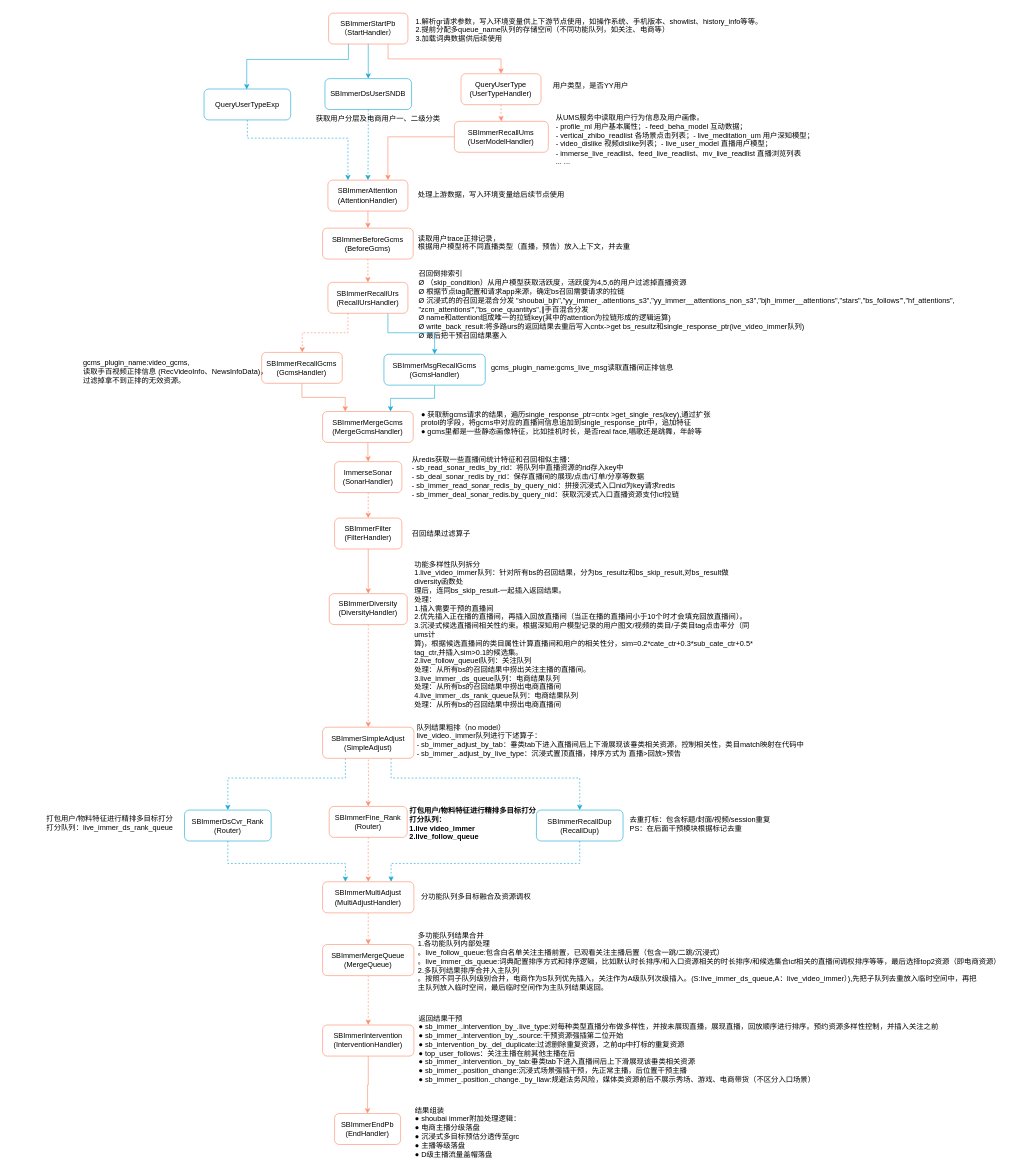
Earlier version of the draw.io diagram live_video_immer.flow.drawio (snorlaxse/draw.io). Source tidied: cells renumbered, new cells numbered last; positions are measured from the earlier drawing's top-left corner, leaving out a move shared by most shapes. Both pictures are drawn from the tidied source at 61%, with x=0, y=0 at pixel (45, 10).
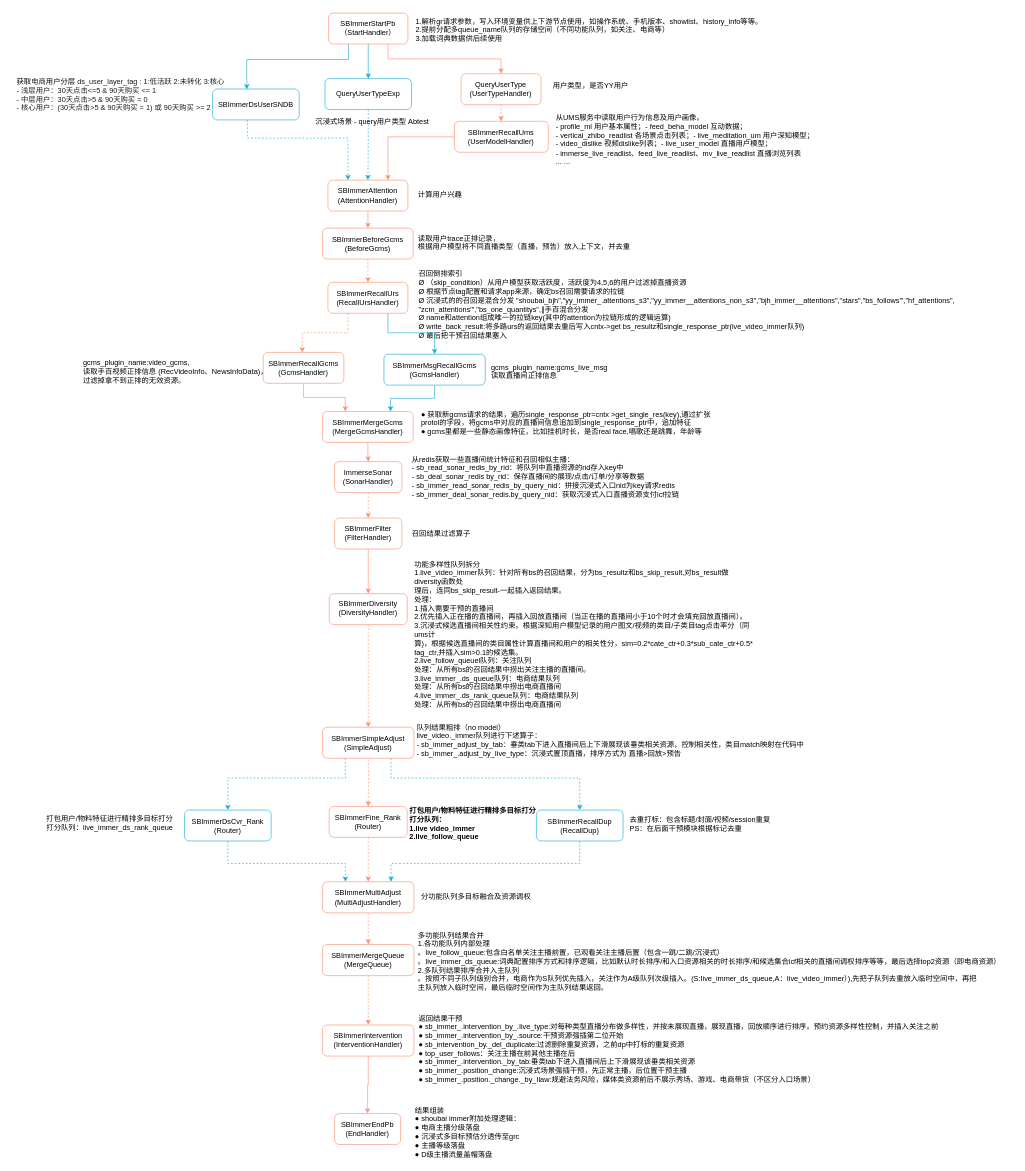
Above is the later version.

The edit, as a diff of the source:
```diff
@@
-    <mxCell id="5" value="处理上游数据，写入环境变量给后续节点使用" style="text;whiteSpace=wrap;" parent="1" vertex="1">
+    <mxCell id="5" value="计算用户兴趣" style="text;whiteSpace=wrap;" parent="1" vertex="1">
       <mxGeometry x="609" y="288" width="470" height="40" as="geometry" />
     </mxCell>
@@
     <mxCell id="24" value="SBImmerRecallGcms&lt;div&gt;(GcmsHandler)&lt;br&gt;&lt;/div&gt;" style="rounded=1;whiteSpace=wrap;html=1;strokeColor=#FC8D6A;" parent="1" vertex="1">
-      <mxGeometry x="354.4" y="560.2" width="132.2" height="50.7" as="geometry" />
+      <mxGeometry x="357" y="560.2" width="132.2" height="50.7" as="geometry" />
     </mxCell>
@@
-    <mxCell id="47" value="SBImmerDsUserSNDB" style="rounded=1;whiteSpace=wrap;html=1;strokeColor=#17AAD5;" parent="1" vertex="1">
+    <mxCell id="47" value="QueryUserTypeExp" style="rounded=1;whiteSpace=wrap;html=1;strokeColor=#17AAD5;" parent="1" vertex="1">
       <mxGeometry x="458.2" y="111.4" width="142" height="50.7" as="geometry" />
     </mxCell>
@@
-    <mxCell id="54" value="gcms_plugin_name:gcms_Iive_msg读取直播间正排信息" style="text;whiteSpace=wrap;" parent="1" vertex="1">
+    <mxCell id="54" value="gcms_plugin_name:gcms_Iive_msg&#10;读取直播间正排信息" style="text;whiteSpace=wrap;" parent="1" vertex="1">
       <mxGeometry x="729" y="571" width="330" height="40" as="geometry" />
     </mxCell>
@@
-    <mxCell id="69" value="QueryUserTypeExp" style="rounded=1;whiteSpace=wrap;html=1;strokeColor=#17AAD5;" parent="1" vertex="1">
-      <mxGeometry x="260" y="128.4" width="142" height="50.7" as="geometry" />
+    <mxCell id="69" value="SBImmerDsUserSNDB" style="rounded=1;whiteSpace=wrap;html=1;strokeColor=#17AAD5;" parent="1" vertex="1">
+      <mxGeometry x="274" y="128.4" width="142" height="50.7" as="geometry" />
     </mxCell>
-    <mxCell id="70" value="&lt;div style=&quot;padding-left:0px&quot; class=&quot;mp-paragraph-wrapper&quot;&gt;获取用户分层及电商用户一、二级分类&lt;/div&gt;&lt;span class=&quot;mp-morpho-clipboard-doc-data&quot; data-morpho-doc-data=&quot;{&amp;quot;token&amp;quot;:&amp;quot;eyJhbGciOiJkaXIiLCJlbmMiOiJBMjU2R0NNIiwiYXBwSWQiOjEsInVpZCI6IjlDcDg0RE0wY3QiLCJkb2NJZCI6IjUzNTdmODQ1ZWIwZjRmIn0..pCHAVqKNl6A6FzGB.4LZeJNNsyfY-32JqOU4ROncP46VGgSdZKTIl4vjHuSVVTp13aCAMcsRqBmcMl11NA9PIhYyMEap1sNyuyVQPSBf3OS6b5mUCJUOoVcmleNhX4NoEdu-47aaP1DD8qN72Av_ruHi6Yksv0HpaVPMhnA-DxDfH-j-qqGou7mZcKCkmcx_sVsXQGSck9p826Wd89kI1APDDWsyadTtQYAsBp4rLoQ.nJl7Tq-rMvyrGDB84ryziw&amp;quot;}&quot;&gt;&lt;/span&gt;" style="text;html=1;align=center;verticalAlign=middle;strokeColor=none;fillColor=none;" parent="1" vertex="1">
-      <mxGeometry x="430" y="162.2" width="230" height="30" as="geometry" />
+    <mxCell id="70" value="&lt;div style=&quot;text-align: left; padding-left: 0px;&quot; class=&quot;mp-paragraph-wrapper&quot;&gt;获取&lt;span style=&quot;color: rgb(28, 29, 31); background-color: initial;&quot;&gt;电商&lt;/span&gt;&lt;span style=&quot;background-color: initial;&quot;&gt;用户分层&amp;nbsp;&lt;/span&gt;&lt;span style=&quot;background-color: transparent; color: rgb(28, 29, 31);&quot;&gt;ds_user_layer_tag : 1:低活跃 2:未转化 3:核心&lt;/span&gt;&lt;/div&gt;&lt;div style=&quot;text-align: left; padding-left: 0px;&quot; class=&quot;mp-paragraph-wrapper&quot;&gt;&lt;span style=&quot;color: rgb(28, 29, 31); background-color: transparent;&quot;&gt;- 浅层用户：30天点击&amp;lt;=5 &amp;amp; 90天购买 &amp;lt;= 1&lt;/span&gt;&lt;/div&gt;&lt;div style=&quot;text-align: left; padding-left: 0px;&quot; class=&quot;mp-paragraph-wrapper&quot;&gt;&lt;span style=&quot;color: rgb(28, 29, 31); background-color: transparent;&quot;&gt;-&amp;nbsp;&lt;/span&gt;&lt;span style=&quot;background-color: initial; text-align: center;&quot;&gt;&lt;font color=&quot;#1c1d1f&quot;&gt;中层用户：30天点击&amp;gt;5 &amp;amp; 90天购买 = 0&lt;/font&gt;&lt;/span&gt;&lt;/div&gt;&lt;div style=&quot;text-align: left; padding-left: 0px;&quot; class=&quot;mp-paragraph-wrapper&quot;&gt;&lt;span style=&quot;background-color: initial; text-align: center;&quot;&gt;&lt;font color=&quot;#1c1d1f&quot;&gt;-&amp;nbsp;&lt;/font&gt;&lt;/span&gt;&lt;span style=&quot;background-color: initial; text-align: center;&quot;&gt;&lt;font color=&quot;#1c1d1f&quot;&gt;核心用户：(30天点击&amp;gt;5 &amp;amp; 90天购买 = 1) 或 90天购买 &amp;gt;= 2&lt;/font&gt;&lt;/span&gt;&lt;/div&gt;&lt;span class=&quot;mp-morpho-clipboard-doc-data&quot; data-morpho-doc-data=&quot;{&amp;quot;token&amp;quot;:&amp;quot;eyJhbGciOiJkaXIiLCJlbmMiOiJBMjU2R0NNIiwiYXBwSWQiOjEsInVpZCI6IjlDcDg0RE0wY3QiLCJkb2NJZCI6IjUzNTdmODQ1ZWIwZjRmIn0..yqYl5LdsXMqG1i7H.h2zJN3ad7F0z8zZrL0x5SOSICrESLMV8dEU74EoNBORcdlZFNPWUUC4eia0j4AlamyoKcnQPkH-a4lMZglok0qHV8snmgu5q_vtArxVLRdtko599JwHxf3FpeFeTS3M7G6M1K6R9dh_B0HznSrV_KdrdgtxzzaYRmO5DbicUDLtVJrqaJiWrUDvuusRhMEex5vd5Xe8CMfA0J2DoPf_h3tOpSw.nvGQq45J5KLfsjFWWvhn9A&amp;quot;}&quot;&gt;&lt;/span&gt;&lt;div style=&quot;padding-left:0px&quot; class=&quot;mp-paragraph-wrapper&quot;&gt;&lt;span class=&quot;mp-morpho-clipboard-doc-data&quot; data-morpho-doc-data=&quot;{&amp;quot;token&amp;quot;:&amp;quot;eyJhbGciOiJkaXIiLCJlbmMiOiJBMjU2R0NNIiwiYXBwSWQiOjEsInVpZCI6IjlDcDg0RE0wY3QiLCJkb2NJZCI6IjUzNTdmODQ1ZWIwZjRmIn0..yqYl5LdsXMqG1i7H.h2zJN3ad7F0z8zZrL0x5SOSICrESLMV8dEU74EoNBORcdlZFNPWUUC4eia0j4AlamyoKcnQPkH-a4lMZglok0qHV8snmgu5q_vtArxVLRdtko599JwHxf3FpeFeTS3M7G6M1K6R9dh_B0HznSrV_KdrdgtxzzaYRmO5DbicUDLtVJrqaJiWrUDvuusRhMEex5vd5Xe8CMfA0J2DoPf_h3tOpSw.nvGQq45J5KLfsjFWWvhn9A&amp;quot;}&quot;&gt;&lt;/span&gt;&lt;/div&gt;&lt;span class=&quot;mp-morpho-clipboard-doc-data&quot; data-morpho-doc-data=&quot;{&amp;quot;token&amp;quot;:&amp;quot;eyJhbGciOiJkaXIiLCJlbmMiOiJBMjU2R0NNIiwiYXBwSWQiOjEsInVpZCI6IjlDcDg0RE0wY3QiLCJkb2NJZCI6IjUzNTdmODQ1ZWIwZjRmIn0..pCHAVqKNl6A6FzGB.4LZeJNNsyfY-32JqOU4ROncP46VGgSdZKTIl4vjHuSVVTp13aCAMcsRqBmcMl11NA9PIhYyMEap1sNyuyVQPSBf3OS6b5mUCJUOoVcmleNhX4NoEdu-47aaP1DD8qN72Av_ruHi6Yksv0HpaVPMhnA-DxDfH-j-qqGou7mZcKCkmcx_sVsXQGSck9p826Wd89kI1APDDWsyadTtQYAsBp4rLoQ.nJl7Tq-rMvyrGDB84ryziw&amp;quot;}&quot;&gt;&lt;/span&gt;" style="text;html=1;align=center;verticalAlign=middle;strokeColor=none;fillColor=none;" parent="1" vertex="1">
+      <mxGeometry x="-57" y="103.3" width="360" height="70" as="geometry" />
     </mxCell>
+    <mxCell id="71" value="沉浸式场景 - query用户类型 Abtest " style="text;whiteSpace=wrap;" parent="1" vertex="1">
+      <mxGeometry x="441.3" y="168.4" width="208.7" height="40" as="geometry" />
+    </mxCell>
```
